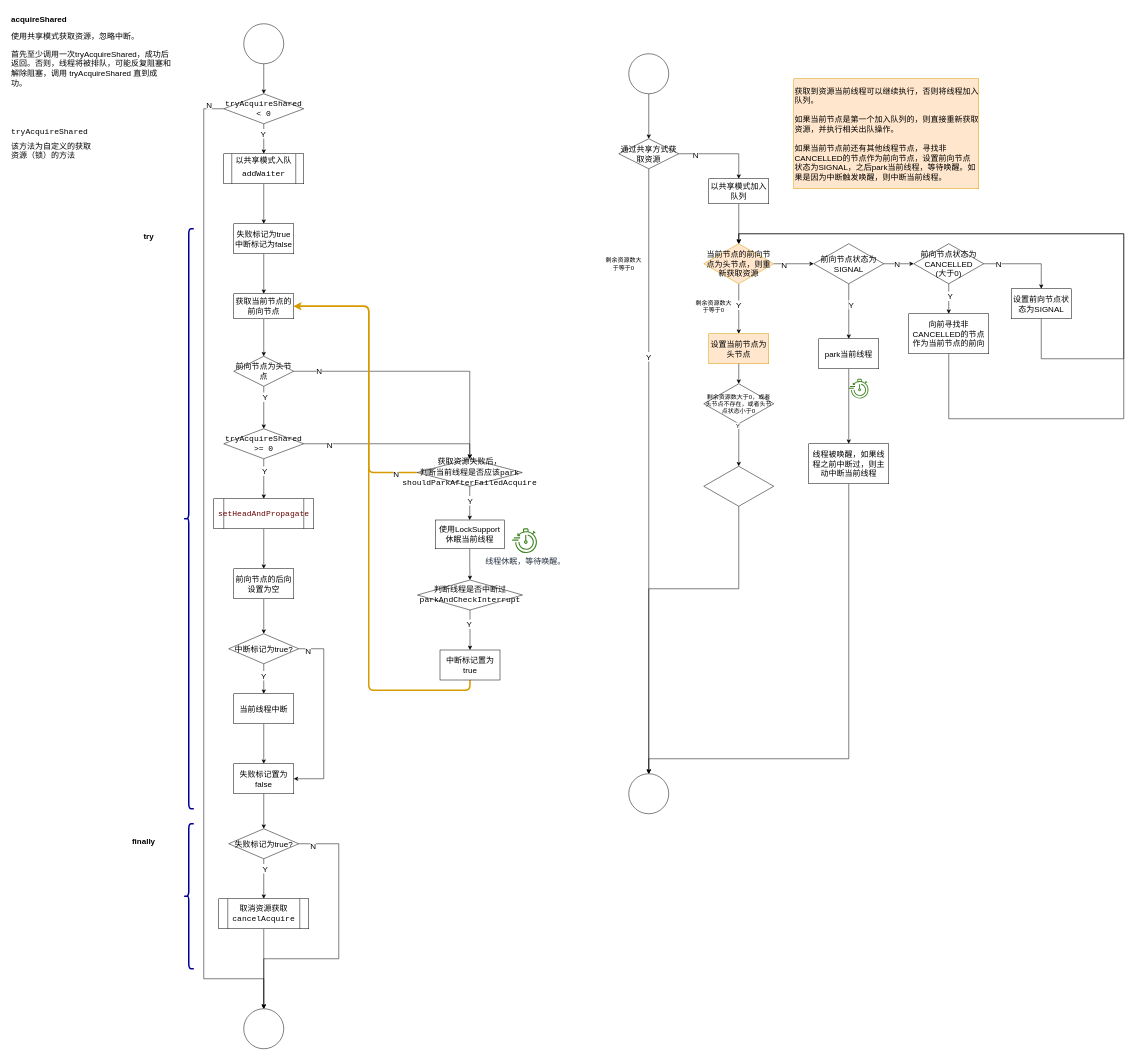
Above: page "acquireShared" (4 of 13) of src/drawio/aqs/aqs.drawio in NikolaZhang/NikolaZhang.github.io (draw.io), before the change. Source tidied: cells renumbered, new cells numbered last; positions are measured from the earlier drawing's top-left corner, leaving out a move shared by most shapes. Both pictures are drawn from the tidied source at 50%, with x=0, y=0 at pixel (8, 14).
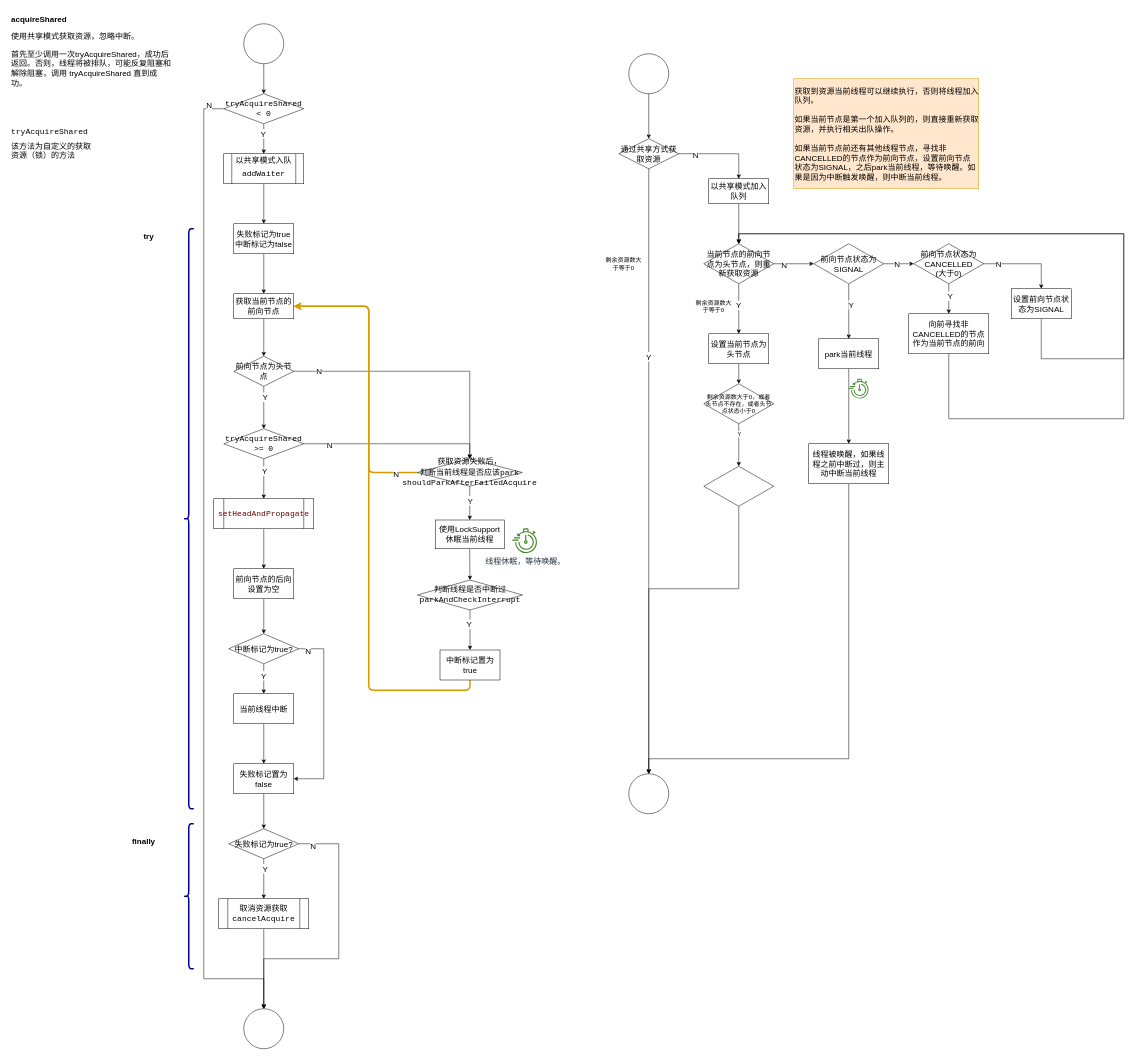
After the change.

Unchanged cells that the change refers to:
```xml
<mxCell id="106" style="edgeStyle=orthogonalEdgeStyle;rounded=0;jettySize=auto;html=1;exitX=0.5;exitY=1;exitDx=0;exitDy=0;entryX=0.5;entryY=0;entryDx=0;entryDy=0;fontSize=16;" parent="1" edge="1" source="105" target="108">
  <mxGeometry relative="1" as="geometry" />
</mxCell>
```

Diff of the diagram source:
```diff
@@
-    <mxCell id="79" value="当前节点的前向节点为头节点，则重新获取资源" style="whiteSpace=wrap;html=1;shape=rhombus;perimeter=rhombusPerimeter;fontSize=16;fillColor=#ffe6cc;strokeColor=#d79b00;" parent="1" vertex="1">
+    <mxCell id="79" value="当前节点的前向节点为头节点，则重新获取资源" style="whiteSpace=wrap;html=1;shape=rhombus;perimeter=rhombusPerimeter;fontSize=16;" parent="1" vertex="1">
       <mxGeometry x="1390" y="460" width="140" height="80" as="geometry" />
     </mxCell>
@@
-    <mxCell id="81" value="设置当前节点为头节点" style="whiteSpace=wrap;html=1;fontSize=16;fillColor=#ffe6cc;strokeColor=#d79b00;" parent="1" vertex="1">
+    <mxCell id="81" value="设置当前节点为头节点" style="whiteSpace=wrap;html=1;fontSize=16;" parent="1" vertex="1">
       <mxGeometry x="1400" y="640" width="120" height="60" as="geometry" />
     </mxCell>
@@
     <mxCell id="107" value="Y" style="edgeLabel;html=1;align=center;verticalAlign=middle;" parent="106" vertex="1">
-      <mxGeometry x="-0.93" y="-3" relative="1" as="geometry" />
+      <mxGeometry x="-0.93" y="-3" relative="1" as="geometry">
+        <mxPoint x="3" y="17" as="offset" />
+      </mxGeometry>
     </mxCell>
```
